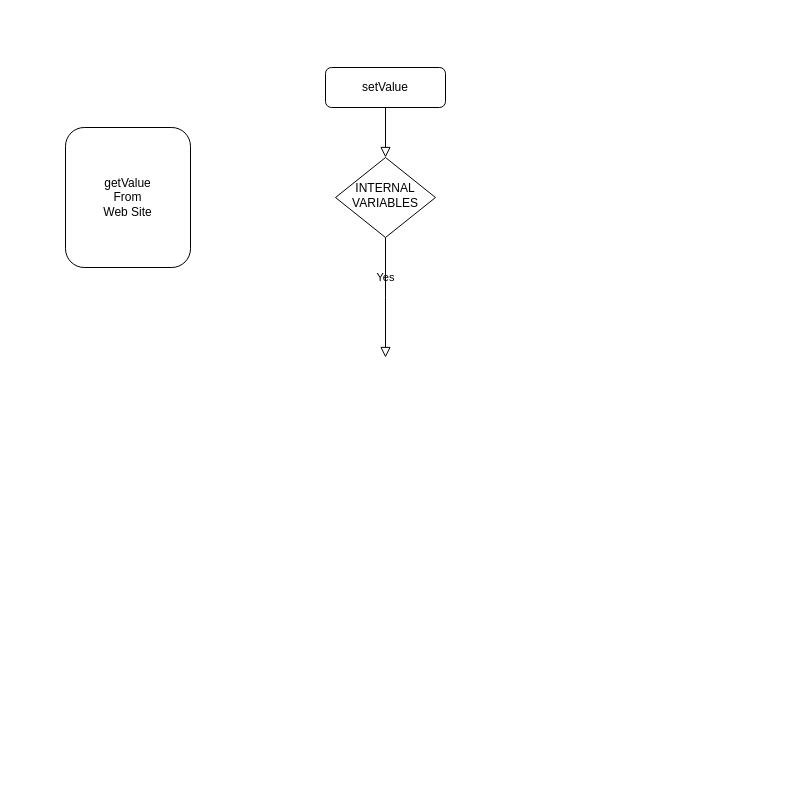
OsvaldoMartini/ar-web-selenium keeps this draw.io diagram as Set-Get-Deginitions.drawio. Above is the earlier version. Source tidied: cells renumbered, new cells numbered last; positions are measured from the earlier drawing's top-left corner, leaving out a move shared by most shapes. Both pictures are drawn from the tidied source at 100%, with x=0, y=0 at pixel (65, 67).
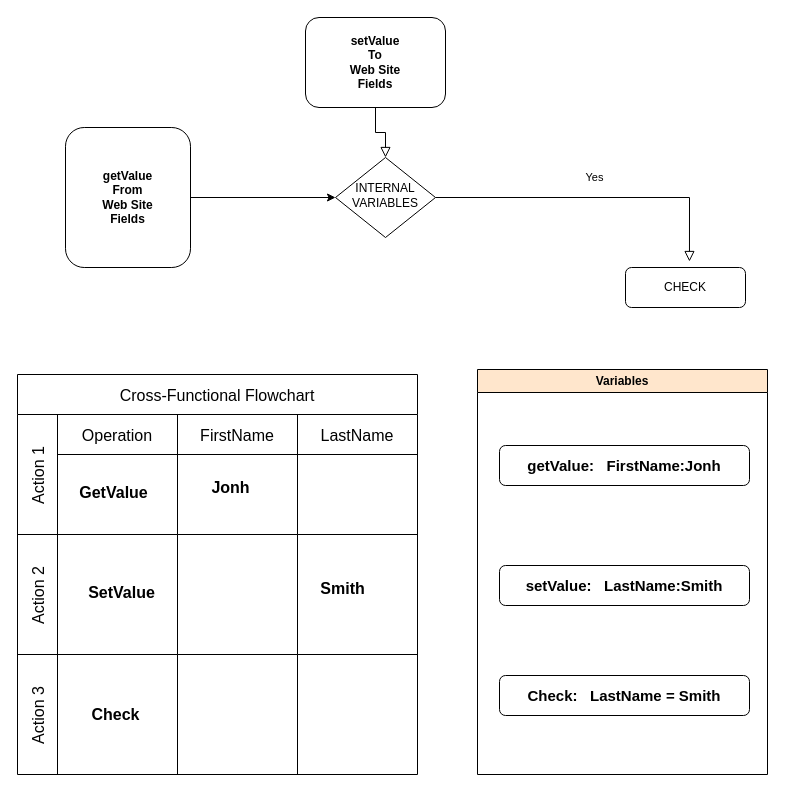
The same diagram, later.

The change refers to these unchanged cells:
```xml
<mxCell id="5" value="INTERNAL&lt;div&gt;VARIABLES&lt;/div&gt;" style="rhombus;whiteSpace=wrap;html=1;shadow=0;fontFamily=Helvetica;fontSize=12;align=center;strokeWidth=1;spacing=6;spacingTop=-4;" parent="1" vertex="1">
  <mxGeometry x="270" y="90" width="100" height="80" as="geometry" />
</mxCell>
```

Diff of the diagram source:
```diff
@@
-    <mxCell id="3" value="setValue" style="rounded=1;whiteSpace=wrap;html=1;fontSize=12;glass=0;strokeWidth=1;shadow=0;" parent="1" vertex="1">
-      <mxGeometry x="260" width="120" height="40" as="geometry" />
+    <mxCell id="3" value="&lt;b&gt;setValue&lt;br&gt;To &lt;br&gt;Web Site&lt;br&gt;Fields&lt;/b&gt;" style="rounded=1;whiteSpace=wrap;html=1;fontSize=12;glass=0;strokeWidth=1;shadow=0;" parent="1" vertex="1">
+      <mxGeometry x="240" y="-50" width="140" height="90" as="geometry" />
     </mxCell>
-    <mxCell id="4" value="Yes" style="rounded=0;html=1;jettySize=auto;fontSize=11;endArrow=block;endFill=0;endSize=8;strokeWidth=1;shadow=0;labelBackgroundColor=none;edgeStyle=orthogonalEdgeStyle;" parent="1" edge="1" source="5">
-      <mxGeometry y="20" relative="1" as="geometry">
-        <mxPoint x="320" y="290" as="targetPoint" />
-      </mxGeometry>
+    <mxCell id="4" value="Yes" style="rounded=0;html=1;jettySize=auto;fontSize=11;endArrow=block;endFill=0;endSize=8;strokeWidth=1;shadow=0;labelBackgroundColor=none;edgeStyle=orthogonalEdgeStyle;entryX=0.533;entryY=-0.15;entryDx=0;entryDy=0;entryPerimeter=0;" parent="1" edge="1" source="5" target="8">
+      <mxGeometry y="20" relative="1" as="geometry" />
     </mxCell>
@@
+    <mxCell id="7" style="edgeStyle=orthogonalEdgeStyle;rounded=0;jettySize=auto;html=1;entryX=0;entryY=0.5;entryDx=0;entryDy=0;" parent="1" edge="1" source="6" target="5">
+      <mxGeometry relative="1" as="geometry" />
+    </mxCell>
-    <mxCell id="6" value="getValue&lt;div&gt;From&lt;/div&gt;&lt;div&gt;Web Site&lt;/div&gt;" style="rounded=1;whiteSpace=wrap;html=1;fontSize=12;glass=0;strokeWidth=1;shadow=0;direction=south;" parent="1" vertex="1">
+    <mxCell id="6" value="&lt;b&gt;getValue&lt;/b&gt;&lt;div&gt;&lt;b&gt;From&lt;/b&gt;&lt;/div&gt;&lt;div&gt;&lt;b&gt;Web Site&lt;br&gt;Fields&lt;/b&gt;&lt;/div&gt;" style="rounded=1;whiteSpace=wrap;html=1;fontSize=12;glass=0;strokeWidth=1;shadow=0;direction=south;" parent="1" vertex="1">
       <mxGeometry y="60" width="125" height="140" as="geometry" />
     </mxCell>
+    <mxCell id="8" value="CHECK" style="rounded=1;whiteSpace=wrap;html=1;fontSize=12;glass=0;strokeWidth=1;shadow=0;" parent="1" vertex="1">
+      <mxGeometry x="560" y="200" width="120" height="40" as="geometry" />
+    </mxCell>
+    <mxCell id="9" value="Cross-Functional Flowchart" style="shape=table;childLayout=tableLayout;startSize=40;fontSize=16;" parent="1" vertex="1">
+      <mxGeometry x="-48" y="307" width="400" height="400" as="geometry" />
+    </mxCell>
+    <mxCell id="10" value="Action 1" style="shape=tableRow;horizontal=0;swimlaneHead=0;swimlaneBody=0;top=0;left=0;strokeColor=inherit;bottom=0;right=0;fontStyle=0;fillColor=none;startSize=40;fontSize=16;" parent="9" vertex="1">
+      <mxGeometry y="40" width="400" height="120" as="geometry" />
+    </mxCell>
+    <mxCell id="11" value="Operation" style="swimlane;swimlaneHead=0;swimlaneBody=0;fontStyle=0;strokeColor=inherit;fillColor=none;startSize=40;fontSize=16;" parent="10" vertex="1">
+      <mxGeometry x="40" width="120" height="120" as="geometry" />
+    </mxCell>
+    <mxCell id="12" value="&lt;font style=&quot;font-size: 16px;&quot;&gt;&lt;b&gt;GetValue&lt;/b&gt;&lt;/font&gt;" style="text;html=1;align=center;verticalAlign=middle;strokeColor=none;fillColor=none;" parent="11" vertex="1">
+      <mxGeometry x="13" y="62" width="86" height="31" as="geometry" />
+    </mxCell>
+    <mxCell id="13" value="FirstName" style="swimlane;swimlaneHead=0;swimlaneBody=0;fontStyle=0;strokeColor=inherit;fillColor=none;startSize=40;fontSize=16;" parent="10" vertex="1">
+      <mxGeometry x="160" width="120" height="120" as="geometry" />
+    </mxCell>
+    <mxCell id="14" value="&lt;font style=&quot;font-size: 16px;&quot;&gt;&lt;b&gt;Jonh&lt;/b&gt;&lt;/font&gt;" style="text;html=1;align=center;verticalAlign=middle;strokeColor=none;fillColor=none;" parent="13" vertex="1">
+      <mxGeometry x="23" y="58" width="60" height="30" as="geometry" />
+    </mxCell>
+    <mxCell id="15" value="LastName" style="swimlane;swimlaneHead=0;swimlaneBody=0;fontStyle=0;strokeColor=inherit;fillColor=none;startSize=40;fontSize=16;" parent="10" vertex="1">
+      <mxGeometry x="280" width="120" height="120" as="geometry" />
+    </mxCell>
+    <mxCell id="16" value="Action 2" style="shape=tableRow;horizontal=0;swimlaneHead=0;swimlaneBody=0;top=0;left=0;strokeColor=inherit;bottom=0;right=0;fontStyle=0;fillColor=none;startSize=40;fontSize=16;" parent="9" vertex="1">
+      <mxGeometry y="160" width="400" height="120" as="geometry" />
+    </mxCell>
+    <mxCell id="17" style="swimlane;swimlaneHead=0;swimlaneBody=0;fontStyle=0;strokeColor=inherit;fillColor=none;startSize=0;fontSize=16;" parent="16" vertex="1">
+      <mxGeometry x="40" width="120" height="120" as="geometry" />
+    </mxCell>
+    <mxCell id="18" value="&lt;font style=&quot;font-size: 16px;&quot;&gt;&lt;b&gt;SetValue&lt;/b&gt;&lt;/font&gt;" style="text;html=1;align=center;verticalAlign=middle;strokeColor=none;fillColor=none;" parent="17" vertex="1">
+      <mxGeometry x="21" y="42" width="85" height="31" as="geometry" />
+    </mxCell>
+    <mxCell id="19" style="swimlane;swimlaneHead=0;swimlaneBody=0;fontStyle=0;strokeColor=inherit;fillColor=none;startSize=0;fontSize=16;" parent="16" vertex="1">
+      <mxGeometry x="160" width="120" height="120" as="geometry" />
+    </mxCell>
+    <mxCell id="20" style="swimlane;swimlaneHead=0;swimlaneBody=0;fontStyle=0;strokeColor=inherit;fillColor=none;startSize=0;fontSize=16;" parent="16" vertex="1">
+      <mxGeometry x="280" width="120" height="120" as="geometry" />
+    </mxCell>
+    <mxCell id="21" value="&lt;font style=&quot;font-size: 16px;&quot;&gt;&lt;b&gt;Smith&lt;/b&gt;&lt;/font&gt;" style="text;html=1;align=center;verticalAlign=middle;strokeColor=none;fillColor=none;" parent="20" vertex="1">
+      <mxGeometry x="10" y="39" width="70" height="30" as="geometry" />
+    </mxCell>
+    <mxCell id="22" value="Action 3" style="shape=tableRow;horizontal=0;swimlaneHead=0;swimlaneBody=0;top=0;left=0;strokeColor=inherit;bottom=0;right=0;fontStyle=0;fillColor=none;startSize=40;fontSize=16;" parent="9" vertex="1">
+      <mxGeometry y="280" width="400" height="120" as="geometry" />
+    </mxCell>
+    <mxCell id="23" style="swimlane;swimlaneHead=0;swimlaneBody=0;fontStyle=0;strokeColor=inherit;fillColor=none;startSize=0;fontSize=16;" parent="22" vertex="1">
+      <mxGeometry x="40" width="120" height="120" as="geometry" />
+    </mxCell>
+    <mxCell id="24" value="&lt;font style=&quot;font-size: 16px;&quot;&gt;&lt;b&gt;Check&lt;/b&gt;&lt;/font&gt;" style="text;html=1;align=center;verticalAlign=middle;strokeColor=none;fillColor=none;" parent="23" vertex="1">
+      <mxGeometry x="25" y="44.5" width="66" height="31" as="geometry" />
+    </mxCell>
+    <mxCell id="25" style="swimlane;swimlaneHead=0;swimlaneBody=0;fontStyle=0;strokeColor=inherit;fillColor=none;startSize=0;fontSize=16;" parent="22" vertex="1">
+      <mxGeometry x="160" width="120" height="120" as="geometry" />
+    </mxCell>
+    <mxCell id="26" style="swimlane;swimlaneHead=0;swimlaneBody=0;fontStyle=0;strokeColor=inherit;fillColor=none;startSize=0;fontSize=16;" parent="22" vertex="1">
+      <mxGeometry x="280" width="120" height="120" as="geometry" />
+    </mxCell>
+    <mxCell id="27" value="Variables" style="swimlane;whiteSpace=wrap;html=1;fillColor=#ffe6cc;strokeColor=default;gradientColor=none;swimlaneFillColor=none;" parent="1" vertex="1">
+      <mxGeometry x="412" y="302" width="290" height="405" as="geometry" />
+    </mxCell>
+    <mxCell id="28" value="&lt;font style=&quot;font-size: 15px;&quot;&gt;&lt;b&gt;getValue:&amp;nbsp; &amp;nbsp;FirstName:Jonh&lt;/b&gt;&lt;/font&gt;" style="rounded=1;whiteSpace=wrap;html=1;fontSize=12;glass=0;strokeWidth=1;shadow=0;" parent="27" vertex="1">
+      <mxGeometry x="22" y="76" width="250" height="40" as="geometry" />
+    </mxCell>
+    <mxCell id="29" value="&lt;font style=&quot;font-size: 15px;&quot;&gt;&lt;b&gt;setValue:&amp;nbsp; &amp;nbsp;LastName:Smith&lt;/b&gt;&lt;/font&gt;" style="rounded=1;whiteSpace=wrap;html=1;fontSize=12;glass=0;strokeWidth=1;shadow=0;" parent="27" vertex="1">
+      <mxGeometry x="22" y="196" width="250" height="40" as="geometry" />
+    </mxCell>
+    <mxCell id="30" value="&lt;font style=&quot;font-size: 15px;&quot;&gt;&lt;b&gt;Check:&amp;nbsp; &amp;nbsp;LastName = Smith&lt;/b&gt;&lt;/font&gt;" style="rounded=1;whiteSpace=wrap;html=1;fontSize=12;glass=0;strokeWidth=1;shadow=0;" parent="27" vertex="1">
+      <mxGeometry x="22" y="306" width="250" height="40" as="geometry" />
+    </mxCell>
```
